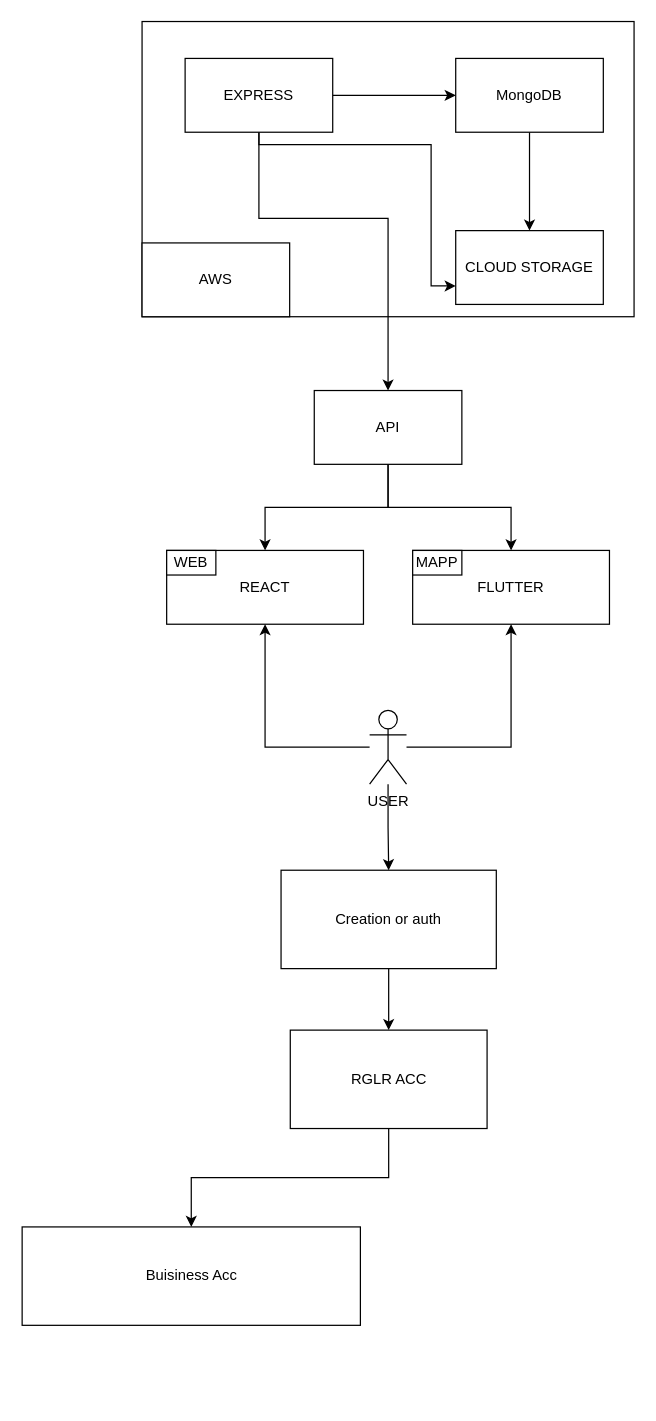
This is draw.io/Untitled Diagram.drawio from onlymachiavelli/draw.io, a draw.io file, before an edit. Source tidied: cells renumbered, new cells numbered last; positions are measured from the earlier drawing's top-left corner, leaving out a move shared by most shapes. Both pictures are drawn from the tidied source at 123%, with x=0, y=0 at pixel (22, 21).
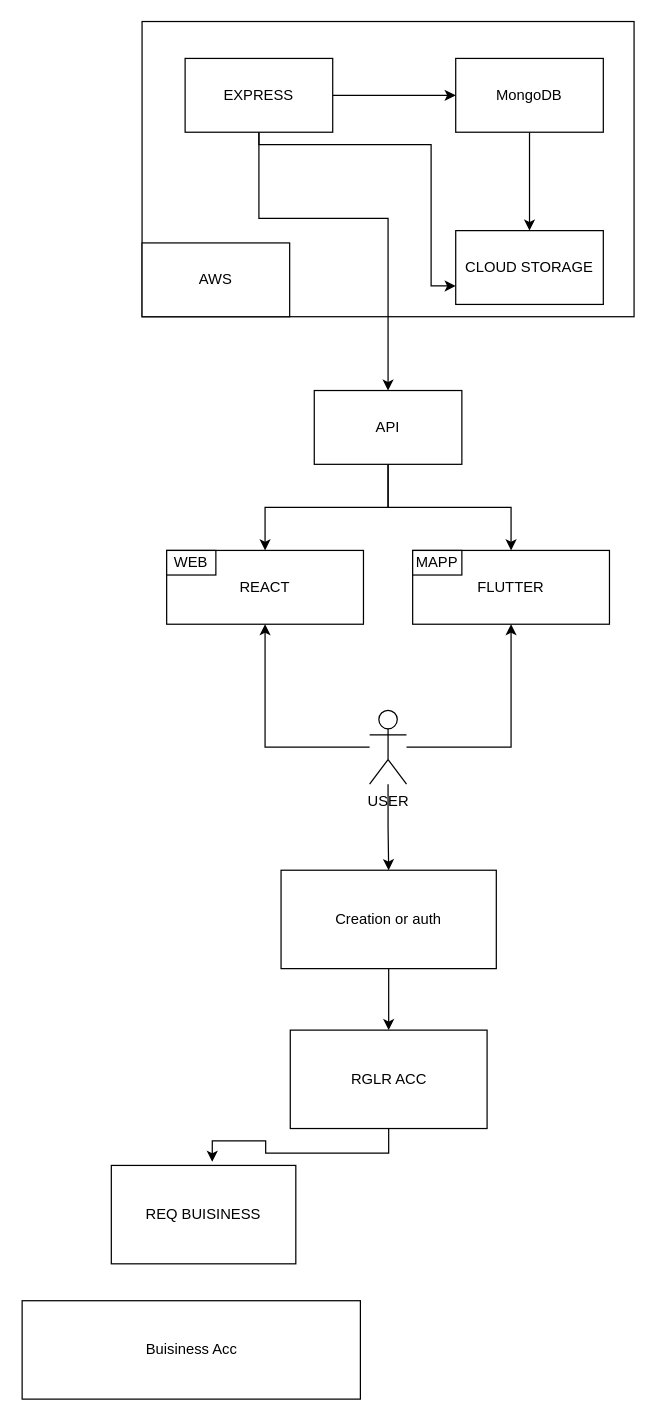
The same diagram, later.

Commit message:
req buisiness acc

Unchanged cells that the change refers to:
```xml
<mxCell id="25" value="RGLR ACC" style="rounded=0;whiteSpace=wrap;html=1;" parent="1" vertex="1">
  <mxGeometry x="217.5" y="820" width="160" height="80" as="geometry" />
</mxCell>
```

Change to the diagram source:
```diff
@@
-    <mxCell id="24" style="edgeStyle=orthogonalEdgeStyle;rounded=0;jettySize=auto;html=1;" parent="1" edge="1" source="25" target="26">
-      <mxGeometry relative="1" as="geometry" />
-    </mxCell>
+    <mxCell id="27" style="edgeStyle=orthogonalEdgeStyle;rounded=0;jettySize=auto;html=1;entryX=0.547;entryY=-0.037;entryDx=0;entryDy=0;entryPerimeter=0;" parent="1" edge="1" source="25" target="28">
+      <mxGeometry relative="1" as="geometry" />
+    </mxCell>
@@
     <mxCell id="26" value="Buisiness Acc" style="rounded=0;whiteSpace=wrap;html=1;" parent="1" vertex="1">
-      <mxGeometry x="-0.5" y="980" width="275" height="80" as="geometry" />
+      <mxGeometry x="-0.5" y="1040" width="275" height="80" as="geometry" />
     </mxCell>
+    <mxCell id="28" value="REQ BUISINESS" style="rounded=0;whiteSpace=wrap;html=1;" parent="1" vertex="1">
+      <mxGeometry x="72" y="930" width="150" height="80" as="geometry" />
+    </mxCell>
```
